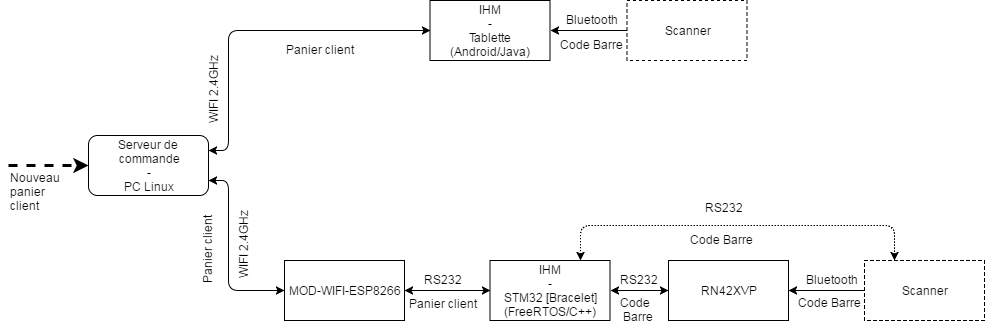
Earlier version of the draw.io export gestionDeProjet/Schema/Synoptique/SynoptiqueV1.png (Brautantoine/Advanced-market). Source tidied: cells renumbered, new cells last; positions are measured from the earlier drawing's top-left corner, leaving out a move shared by most shapes. Source of this version:
```xml
<mxGraphModel>
  <root>
    <mxCell id="0" />
    <mxCell id="1" parent="0" />
    <mxCell id="2" value="Serveur de&amp;nbsp;&lt;br&gt;commande&lt;br&gt;-&lt;br&gt;PC Linux&lt;br&gt;" style="rounded=1;whiteSpace=wrap;html=1;" parent="1" vertex="1">
      <mxGeometry x="80" y="135" width="120" height="60" as="geometry" />
    </mxCell>
    <mxCell id="3" style="endArrow=classic;html=1;entryX=0;entryY=0.5;entryDx=0;entryDy=0;strokeWidth=3;dashed=1;" parent="1" edge="1" target="2">
      <mxGeometry relative="1" as="geometry">
        <mxPoint y="165" as="sourcePoint" />
      </mxGeometry>
    </mxCell>
    <mxCell id="4" value="Nouveau&lt;br&gt;panier&lt;br&gt;client&lt;br&gt;" style="text;html=1;align=left;verticalAlign=top;spacingTop=-4;" parent="1" vertex="1">
      <mxGeometry y="168" width="70" height="40" as="geometry" />
    </mxCell>
    <mxCell id="5" value="IHM&lt;br&gt;-&lt;br&gt;Tablette (Android/Java)&lt;br&gt;" style="rounded=0;whiteSpace=wrap;html=1;" parent="1" vertex="1">
      <mxGeometry x="421.5" width="120" height="60" as="geometry" />
    </mxCell>
    <mxCell id="6" value="IHM&lt;br&gt;-&lt;br&gt;STM32 [Bracelet]&lt;br&gt;(FreeRTOS/C++)&lt;br&gt;" style="rounded=0;whiteSpace=wrap;html=1;" parent="1" vertex="1">
      <mxGeometry x="481.5" y="260" width="120" height="60" as="geometry" />
    </mxCell>
    <mxCell id="7" style="endArrow=classic;html=1;strokeWidth=1;entryX=0;entryY=0.5;entryDx=0;entryDy=0;exitX=1;exitY=0.25;exitDx=0;exitDy=0;edgeStyle=orthogonalEdgeStyle;startArrow=classic;startFill=1;" parent="1" edge="1" source="2" target="5">
      <mxGeometry relative="1" as="geometry">
        <Array as="points">
          <mxPoint x="220" y="150" />
          <mxPoint x="220" y="30" />
        </Array>
      </mxGeometry>
    </mxCell>
    <mxCell id="8" style="endArrow=classic;html=1;strokeWidth=1;exitX=1;exitY=0.75;exitDx=0;exitDy=0;edgeStyle=orthogonalEdgeStyle;startArrow=classic;startFill=1;" parent="1" edge="1" source="2">
      <mxGeometry relative="1" as="geometry">
        <mxPoint x="276" y="290" as="targetPoint" />
        <Array as="points">
          <mxPoint x="220" y="180" />
          <mxPoint x="220" y="290" />
        </Array>
      </mxGeometry>
    </mxCell>
    <mxCell id="9" style="endArrow=classic;html=1;strokeWidth=1;entryX=1;entryY=0.5;entryDx=0;entryDy=0;exitX=0;exitY=0.5;exitDx=0;exitDy=0;exitPerimeter=0;" parent="1" edge="1" target="5">
      <mxGeometry relative="1" as="geometry">
        <mxPoint x="628.5" y="30" as="sourcePoint" />
      </mxGeometry>
    </mxCell>
    <mxCell id="10" value="Scanner" style="rounded=0;whiteSpace=wrap;html=1;dashed=1;" parent="1" vertex="1">
      <mxGeometry x="618.5" width="120" height="60" as="geometry" />
    </mxCell>
    <mxCell id="11" value="Scanner" style="rounded=0;whiteSpace=wrap;html=1;dashed=1;" parent="1" vertex="1">
      <mxGeometry x="856" y="260" width="120" height="60" as="geometry" />
    </mxCell>
    <mxCell id="12" value="RN42XVP" style="rounded=0;whiteSpace=wrap;html=1;" parent="1" vertex="1">
      <mxGeometry x="660" y="260" width="120" height="60" as="geometry" />
    </mxCell>
    <mxCell id="13" style="endArrow=classic;html=1;strokeWidth=1;exitX=0.75;exitY=0;exitDx=0;exitDy=0;entryX=0.25;entryY=0;entryDx=0;entryDy=0;edgeStyle=orthogonalEdgeStyle;dashed=1;dashPattern=1 2;startArrow=classic;startFill=1;" parent="1" edge="1" source="6" target="11">
      <mxGeometry relative="1" as="geometry">
        <Array as="points">
          <mxPoint x="572" y="225" />
          <mxPoint x="886" y="225" />
        </Array>
      </mxGeometry>
    </mxCell>
    <mxCell id="14" style="endArrow=classic;html=1;strokeWidth=1;entryX=1;entryY=0.5;entryDx=0;entryDy=0;exitX=0;exitY=0.5;exitDx=0;exitDy=0;startArrow=classic;startFill=1;" parent="1" edge="1" source="12" target="6">
      <mxGeometry relative="1" as="geometry" />
    </mxCell>
    <mxCell id="15" style="endArrow=classic;html=1;strokeWidth=1;entryX=1;entryY=0.5;entryDx=0;entryDy=0;exitX=0;exitY=0.5;exitDx=0;exitDy=0;" parent="1" edge="1" source="11" target="12">
      <mxGeometry relative="1" as="geometry" />
    </mxCell>
    <mxCell id="16" value="MOD-WIFI-ESP8266" style="rounded=0;whiteSpace=wrap;html=1;" parent="1" vertex="1">
      <mxGeometry x="276" y="260" width="120" height="60" as="geometry" />
    </mxCell>
    <mxCell id="17" style="endArrow=classic;html=1;strokeWidth=1;entryX=0;entryY=0.5;entryDx=0;entryDy=0;exitX=1;exitY=0.5;exitDx=0;exitDy=0;startArrow=classic;startFill=1;" parent="1" edge="1" source="16" target="6">
      <mxGeometry relative="1" as="geometry" />
    </mxCell>
    <mxCell id="18" value="RS232" style="text;html=1;align=left;verticalAlign=top;spacingTop=-4;" parent="1" vertex="1">
      <mxGeometry x="695" y="198" width="50" height="20" as="geometry" />
    </mxCell>
    <mxCell id="19" value="Bluetooth" style="text;html=1;align=left;verticalAlign=top;spacingTop=-4;" parent="1" vertex="1">
      <mxGeometry x="796" y="270" width="70" height="20" as="geometry" />
    </mxCell>
    <mxCell id="20" value="RS232" style="text;html=1;align=left;verticalAlign=top;spacingTop=-4;" parent="1" vertex="1">
      <mxGeometry x="414" y="270" width="50" height="20" as="geometry" />
    </mxCell>
    <mxCell id="21" value="RS232" style="text;html=1;align=left;verticalAlign=top;spacingTop=-4;" parent="1" vertex="1">
      <mxGeometry x="610" y="270" width="50" height="20" as="geometry" />
    </mxCell>
    <mxCell id="22" value="WIFI 2.4GHz" style="text;html=1;align=left;verticalAlign=top;spacingTop=-4;flipH=0;flipV=1;direction=west;rotation=-90;" parent="1" vertex="1">
      <mxGeometry x="196" y="230" width="80" height="20" as="geometry" />
    </mxCell>
    <mxCell id="23" value="WIFI 2.4GHz" style="text;html=1;align=left;verticalAlign=top;spacingTop=-4;flipH=0;flipV=1;direction=west;rotation=-90;" parent="1" vertex="1">
      <mxGeometry x="166" y="75" width="80" height="20" as="geometry" />
    </mxCell>
    <mxCell id="24" value="Bluetooth" style="text;html=1;align=left;verticalAlign=top;spacingTop=-4;" parent="1" vertex="1">
      <mxGeometry x="556" y="10" width="70" height="20" as="geometry" />
    </mxCell>
    <mxCell id="25" value="Panier client" style="text;html=1;align=left;verticalAlign=top;spacingTop=-4;" parent="1" vertex="1">
      <mxGeometry x="276" y="40" width="80" height="20" as="geometry" />
    </mxCell>
    <mxCell id="26" value="Panier client" style="text;html=1;align=left;verticalAlign=top;spacingTop=-4;rotation=-90;" parent="1" vertex="1">
      <mxGeometry x="160" y="235" width="80" height="20" as="geometry" />
    </mxCell>
    <mxCell id="27" value="Panier client" style="text;html=1;align=left;verticalAlign=top;spacingTop=-4;" parent="1" vertex="1">
      <mxGeometry x="399" y="294" width="80" height="20" as="geometry" />
    </mxCell>
    <mxCell id="28" value="Code Barre" style="text;html=1;align=left;verticalAlign=top;spacingTop=-4;" parent="1" vertex="1">
      <mxGeometry x="550" y="35" width="80" height="20" as="geometry" />
    </mxCell>
    <mxCell id="29" value="Code Barre&lt;br&gt;&lt;br&gt;" style="text;html=1;align=left;verticalAlign=top;spacingTop=-4;" parent="1" vertex="1">
      <mxGeometry x="680" y="230" width="80" height="30" as="geometry" />
    </mxCell>
    <mxCell id="30" value="Code Barre" style="text;html=1;align=left;verticalAlign=top;spacingTop=-4;" parent="1" vertex="1">
      <mxGeometry x="788" y="293" width="80" height="20" as="geometry" />
    </mxCell>
    <mxCell id="31" value="Code&lt;br&gt;&amp;nbsp;Barre" style="text;html=1;align=left;verticalAlign=top;spacingTop=-4;" parent="1" vertex="1">
      <mxGeometry x="610" y="293" width="50" height="30" as="geometry" />
    </mxCell>
  </root>
</mxGraphModel>
```
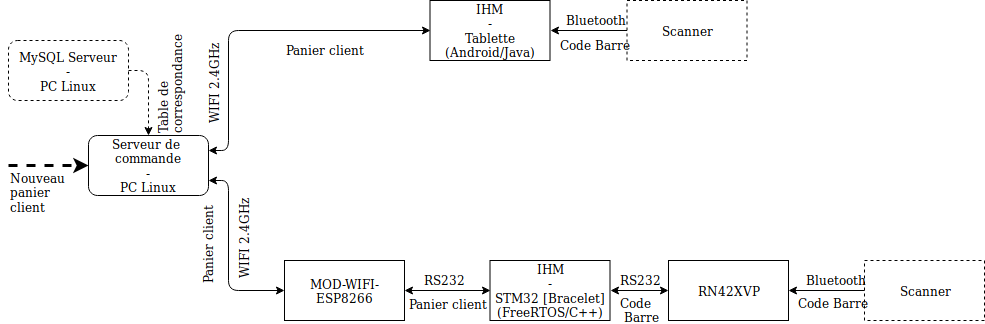
The same file after the commit.

The edit, as a diff of the source:
```diff
@@ -50,14 +50,6 @@
     <mxCell id="12" value="RN42XVP" style="rounded=0;whiteSpace=wrap;html=1;" parent="1" vertex="1">
       <mxGeometry x="660" y="260" width="120" height="60" as="geometry" />
     </mxCell>
-    <mxCell id="13" style="endArrow=classic;html=1;strokeWidth=1;exitX=0.75;exitY=0;exitDx=0;exitDy=0;entryX=0.25;entryY=0;entryDx=0;entryDy=0;edgeStyle=orthogonalEdgeStyle;dashed=1;dashPattern=1 2;startArrow=classic;startFill=1;" parent="1" edge="1" source="6" target="11">
-      <mxGeometry relative="1" as="geometry">
-        <Array as="points">
-          <mxPoint x="572" y="225" />
-          <mxPoint x="886" y="225" />
-        </Array>
-      </mxGeometry>
-    </mxCell>
     <mxCell id="14" style="endArrow=classic;html=1;strokeWidth=1;entryX=1;entryY=0.5;entryDx=0;entryDy=0;exitX=0;exitY=0.5;exitDx=0;exitDy=0;startArrow=classic;startFill=1;" parent="1" edge="1" source="12" target="6">
       <mxGeometry relative="1" as="geometry" />
     </mxCell>
@@ -70,9 +62,6 @@
     <mxCell id="17" style="endArrow=classic;html=1;strokeWidth=1;entryX=0;entryY=0.5;entryDx=0;entryDy=0;exitX=1;exitY=0.5;exitDx=0;exitDy=0;startArrow=classic;startFill=1;" parent="1" edge="1" source="16" target="6">
       <mxGeometry relative="1" as="geometry" />
     </mxCell>
-    <mxCell id="18" value="RS232" style="text;html=1;align=left;verticalAlign=top;spacingTop=-4;" parent="1" vertex="1">
-      <mxGeometry x="695" y="198" width="50" height="20" as="geometry" />
-    </mxCell>
     <mxCell id="19" value="Bluetooth" style="text;html=1;align=left;verticalAlign=top;spacingTop=-4;" parent="1" vertex="1">
       <mxGeometry x="796" y="270" width="70" height="20" as="geometry" />
     </mxCell>
@@ -103,14 +92,20 @@
     <mxCell id="28" value="Code Barre" style="text;html=1;align=left;verticalAlign=top;spacingTop=-4;" parent="1" vertex="1">
       <mxGeometry x="550" y="35" width="80" height="20" as="geometry" />
     </mxCell>
-    <mxCell id="29" value="Code Barre&lt;br&gt;&lt;br&gt;" style="text;html=1;align=left;verticalAlign=top;spacingTop=-4;" parent="1" vertex="1">
-      <mxGeometry x="680" y="230" width="80" height="30" as="geometry" />
-    </mxCell>
     <mxCell id="30" value="Code Barre" style="text;html=1;align=left;verticalAlign=top;spacingTop=-4;" parent="1" vertex="1">
       <mxGeometry x="788" y="293" width="80" height="20" as="geometry" />
     </mxCell>
     <mxCell id="31" value="Code&lt;br&gt;&amp;nbsp;Barre" style="text;html=1;align=left;verticalAlign=top;spacingTop=-4;" parent="1" vertex="1">
       <mxGeometry x="610" y="293" width="50" height="30" as="geometry" />
     </mxCell>
+    <mxCell id="32" value="&lt;div&gt;MySQL Serveur&lt;br&gt;&lt;/div&gt;&lt;div&gt;-&lt;/div&gt;&lt;div&gt;PC Linux&lt;br&gt;&lt;/div&gt;" style="rounded=1;whiteSpace=wrap;html=1;dashed=1;" parent="1" vertex="1">
+      <mxGeometry y="40" width="120" height="60" as="geometry" />
+    </mxCell>
+    <mxCell id="33" style="endArrow=classic;html=1;entryX=0.5;entryY=0;entryDx=0;entryDy=0;exitX=1;exitY=0.5;exitDx=0;exitDy=0;edgeStyle=orthogonalEdgeStyle;dashed=1;" parent="1" edge="1" source="32" target="2">
+      <mxGeometry relative="1" as="geometry" />
+    </mxCell>
+    <mxCell id="34" value="&lt;div&gt;Table de &lt;br&gt;&lt;/div&gt;&lt;div&gt;correspondance&lt;br&gt;&lt;/div&gt;" style="text;html=1;align=left;verticalAlign=top;spacingTop=-4;rotation=-90;" parent="1" vertex="1">
+      <mxGeometry x="105" y="65" width="110" height="30" as="geometry" />
+    </mxCell>
   </root>
 </mxGraphModel>
```
